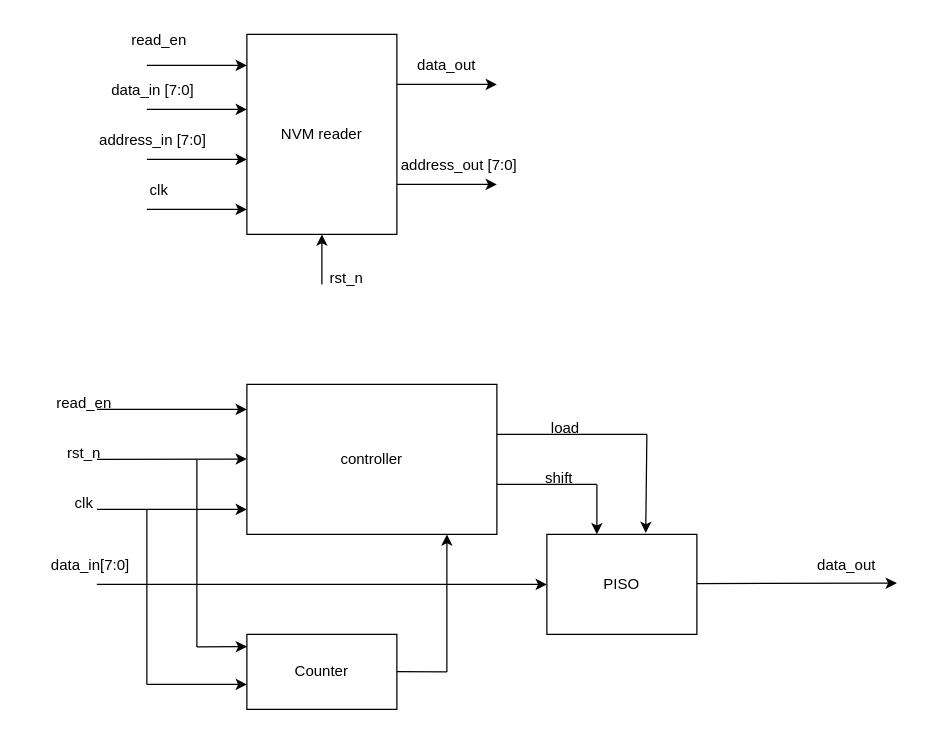
This is NVM.drawio from 106210049/NVM-reader, a draw.io file, before an edit. Source tidied: cells renumbered, new cells numbered last; positions are measured from the earlier drawing's top-left corner, leaving out a move shared by most shapes. Both pictures are drawn from the tidied source at 125%, with x=0, y=0 at pixel (34, 21).
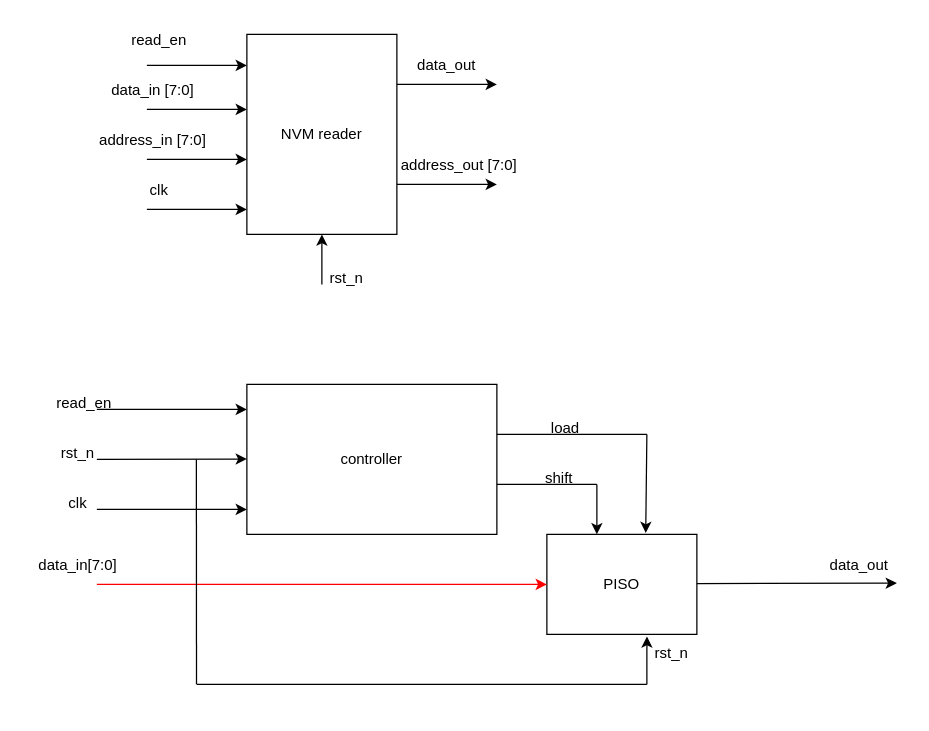
The same page after the edit.

The change refers to these unchanged cells:
```xml
<mxCell id="15" value="controller" style="rounded=0;whiteSpace=wrap;html=1;" parent="1" vertex="1">
  <mxGeometry x="170" y="290" width="200" height="120" as="geometry" />
</mxCell>
<mxCell id="16" value="PISO" style="rounded=0;whiteSpace=wrap;html=1;" parent="1" vertex="1">
  <mxGeometry x="410" y="410" width="120" height="80" as="geometry" />
</mxCell>
```

Diff of the diagram source:
```diff
@@
     <mxCell id="18" value="clk" style="text;strokeColor=none;align=center;fillColor=none;html=1;verticalAlign=middle;whiteSpace=wrap;rounded=0;" parent="1" vertex="1">
-      <mxGeometry x="10" y="370" width="60" height="30" as="geometry" />
+      <mxGeometry x="5" y="370" width="60" height="30" as="geometry" />
     </mxCell>
@@
     <mxCell id="24" value="rst_n" style="text;strokeColor=none;align=center;fillColor=none;html=1;verticalAlign=middle;whiteSpace=wrap;rounded=0;" parent="1" vertex="1">
-      <mxGeometry x="10" y="330" width="60" height="30" as="geometry" />
+      <mxGeometry x="5" y="330" width="60" height="30" as="geometry" />
     </mxCell>
-    <mxCell id="25" style="endArrow=classic;html=1;rounded=0;entryX=0;entryY=0.5;entryDx=0;entryDy=0;" parent="1" edge="1" target="16">
+    <mxCell id="25" style="endArrow=classic;html=1;rounded=0;entryX=0;entryY=0.5;entryDx=0;entryDy=0;strokeColor=#FF0000;" parent="1" edge="1" target="16">
       <mxGeometry relative="1" as="geometry">
         <mxPoint x="50" y="450" as="sourcePoint" />
       </mxGeometry>
     </mxCell>
     <mxCell id="26" value="data_in[7:0]" style="text;strokeColor=none;align=center;fillColor=none;html=1;verticalAlign=middle;whiteSpace=wrap;rounded=0;" parent="1" vertex="1">
-      <mxGeometry y="420" width="90" height="30" as="geometry" />
+      <mxGeometry x="-10" y="420" width="90" height="30" as="geometry" />
     </mxCell>
@@
     <mxCell id="28" value="data_out" style="text;strokeColor=none;align=center;fillColor=none;html=1;verticalAlign=middle;whiteSpace=wrap;rounded=0;" parent="1" vertex="1">
-      <mxGeometry x="620" y="420" width="60" height="30" as="geometry" />
+      <mxGeometry x="630" y="420" width="60" height="30" as="geometry" />
     </mxCell>
-    <mxCell id="29" value="Counter" style="rounded=0;whiteSpace=wrap;html=1;" parent="1" vertex="1">
-      <mxGeometry x="170" y="490" width="120" height="60" as="geometry" />
-    </mxCell>
-    <mxCell id="30" style="endArrow=none;html=1;rounded=0;" parent="1" edge="1">
-      <mxGeometry relative="1" as="geometry">
-        <mxPoint x="290" y="519.8" as="sourcePoint" />
-        <mxPoint x="330" y="520" as="targetPoint" />
-      </mxGeometry>
-    </mxCell>
-    <mxCell id="31" style="endArrow=classic;html=1;rounded=0;entryX=0.8;entryY=1;entryDx=0;entryDy=0;entryPerimeter=0;" parent="1" edge="1" target="15">
-      <mxGeometry relative="1" as="geometry">
-        <mxPoint x="330" y="520" as="sourcePoint" />
-      </mxGeometry>
-    </mxCell>
@@
-    <mxCell id="38" style="endArrow=none;html=1;rounded=0;" parent="1" edge="1">
-      <mxGeometry relative="1" as="geometry">
-        <mxPoint x="90" y="530" as="sourcePoint" />
-        <mxPoint x="90" y="390" as="targetPoint" />
-      </mxGeometry>
-    </mxCell>
-    <mxCell id="39" style="endArrow=classic;html=1;rounded=0;entryX=0;entryY=0.167;entryDx=0;entryDy=0;entryPerimeter=0;" parent="1" edge="1">
-      <mxGeometry relative="1" as="geometry">
-        <mxPoint x="90" y="530" as="sourcePoint" />
-        <mxPoint x="170" y="530" as="targetPoint" />
-      </mxGeometry>
-    </mxCell>
-    <mxCell id="40" style="endArrow=none;html=1;rounded=0;" parent="1" edge="1">
-      <mxGeometry relative="1" as="geometry">
-        <mxPoint x="130" y="500" as="sourcePoint" />
-        <mxPoint x="130" y="350" as="targetPoint" />
-      </mxGeometry>
-    </mxCell>
-    <mxCell id="41" style="endArrow=classic;html=1;rounded=0;entryX=0.001;entryY=0.163;entryDx=0;entryDy=0;entryPerimeter=0;" parent="1" edge="1" target="29">
-      <mxGeometry relative="1" as="geometry">
-        <mxPoint x="130" y="500" as="sourcePoint" />
-      </mxGeometry>
-    </mxCell>
+    <mxCell id="42" style="endArrow=none;html=1;rounded=0;" parent="1" edge="1">
+      <mxGeometry relative="1" as="geometry">
+        <mxPoint x="129.7" y="530" as="sourcePoint" />
+        <mxPoint x="129.6" y="350" as="targetPoint" />
+      </mxGeometry>
+    </mxCell>
+    <mxCell id="43" style="endArrow=none;html=1;rounded=0;" parent="1" edge="1">
+      <mxGeometry relative="1" as="geometry">
+        <mxPoint x="130" y="530" as="sourcePoint" />
+        <mxPoint x="490" y="530" as="targetPoint" />
+      </mxGeometry>
+    </mxCell>
+    <mxCell id="44" style="endArrow=classic;html=1;rounded=0;entryX=0.667;entryY=1.02;entryDx=0;entryDy=0;entryPerimeter=0;" parent="1" edge="1" target="16">
+      <mxGeometry relative="1" as="geometry">
+        <mxPoint x="490" y="530" as="sourcePoint" />
+      </mxGeometry>
+    </mxCell>
+    <mxCell id="45" value="rst_n" style="text;strokeColor=none;align=center;fillColor=none;html=1;verticalAlign=middle;whiteSpace=wrap;rounded=0;" parent="1" vertex="1">
+      <mxGeometry x="480" y="490" width="60" height="30" as="geometry" />
+    </mxCell>
```
